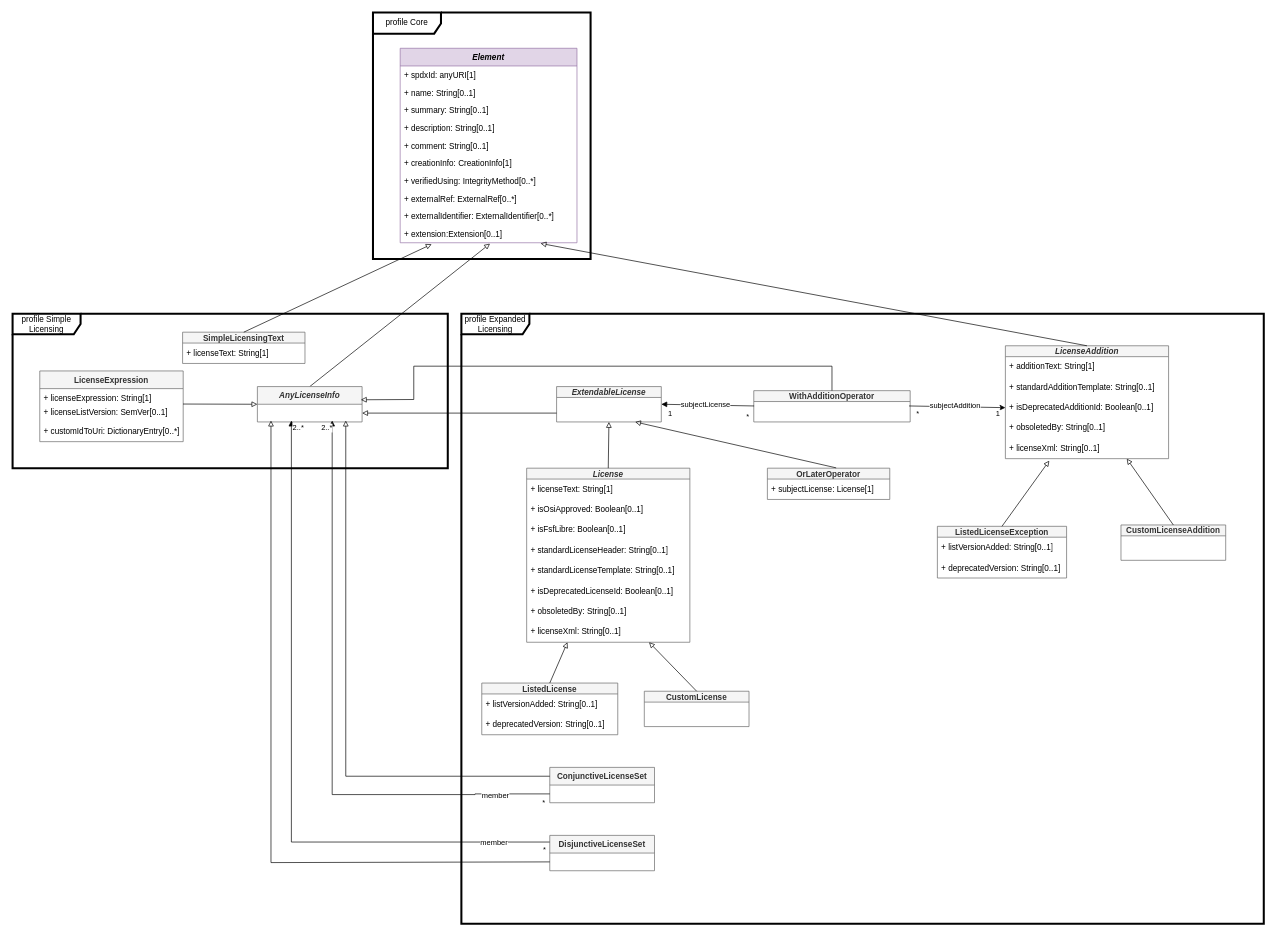
This is page "Licensing" (2 of 7) of model.drawio from spdx/spdx-3-model, a draw.io file, before an edit. Source tidied: cells renumbered, new cells numbered last; positions are measured from the earlier drawing's top-left corner, leaving out a move shared by most shapes. Both pictures are drawn from the tidied source at 68%, with x=0, y=0 at pixel (12, 12).
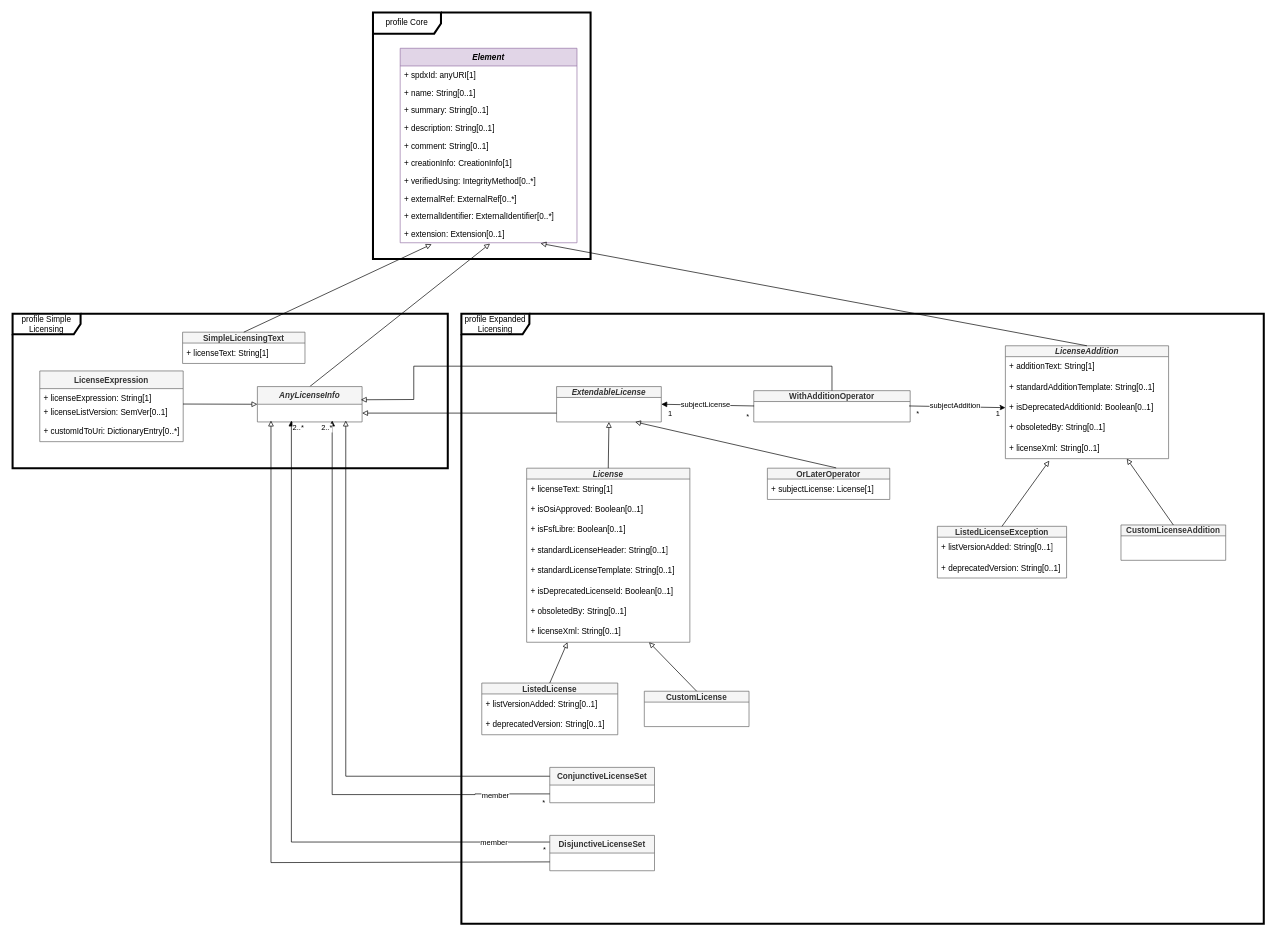
Above is the later version.

The change refers to these unchanged cells:
```xml
<mxCell id="6" value="Element" style="swimlane;fontStyle=3;horizontal=1;startSize=26;fillColor=#e1d5e7;strokeColor=#9673a6;" parent="1" vertex="1">
  <mxGeometry x="570" y="52.5" width="260" height="286" as="geometry" />
</mxCell>
```

The edit, as a diff of the source:
```diff
@@
-    <mxCell id="16" value="+ extension:Extension[0..1]" style="text;strokeColor=none;fillColor=none;align=left;verticalAlign=top;spacingLeft=4;spacingRight=4;overflow=hidden;points=[[0,0.5],[1,0.5]];portConstraint=eastwest;" parent="6" vertex="1">
+    <mxCell id="16" value="+ extension: Extension[0..1]" style="text;strokeColor=none;fillColor=none;align=left;verticalAlign=top;spacingLeft=4;spacingRight=4;overflow=hidden;points=[[0,0.5],[1,0.5]];portConstraint=eastwest;" parent="6" vertex="1">
       <mxGeometry y="260" width="260" height="26" as="geometry" />
     </mxCell>
```
